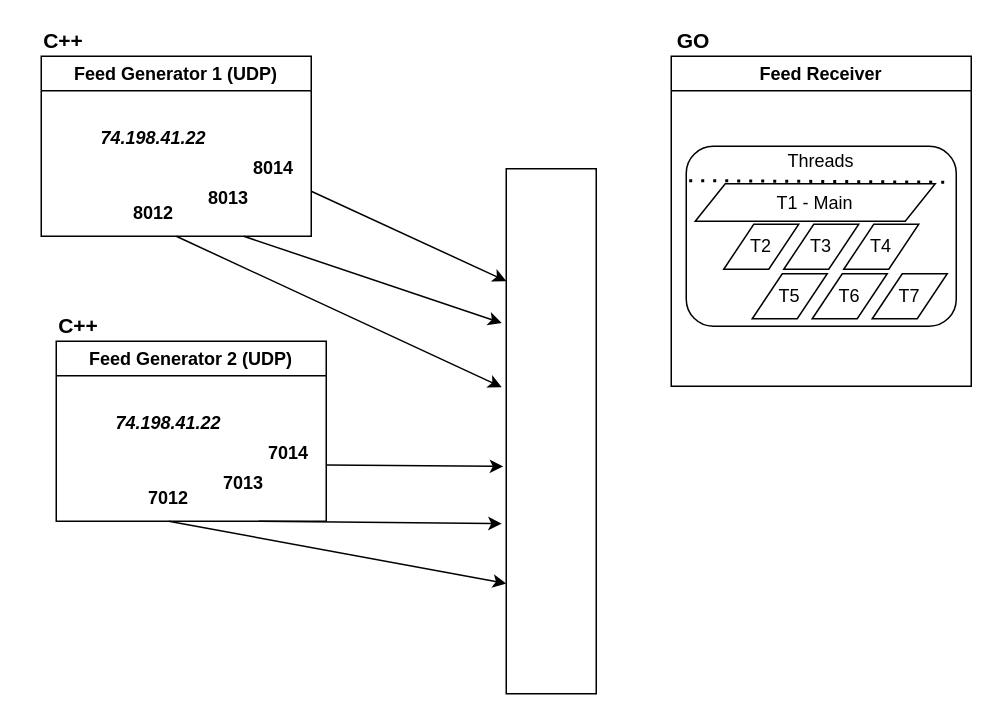
Earlier version of the draw.io diagram Untitled Diagram.drawio (divesh4u/GoLab_v1). Source tidied: cells renumbered, new cells numbered last; positions are measured from the earlier drawing's top-left corner, leaving out a move shared by most shapes. Both pictures are drawn from the tidied source at 150%, with x=0, y=0 at pixel (26, 26).
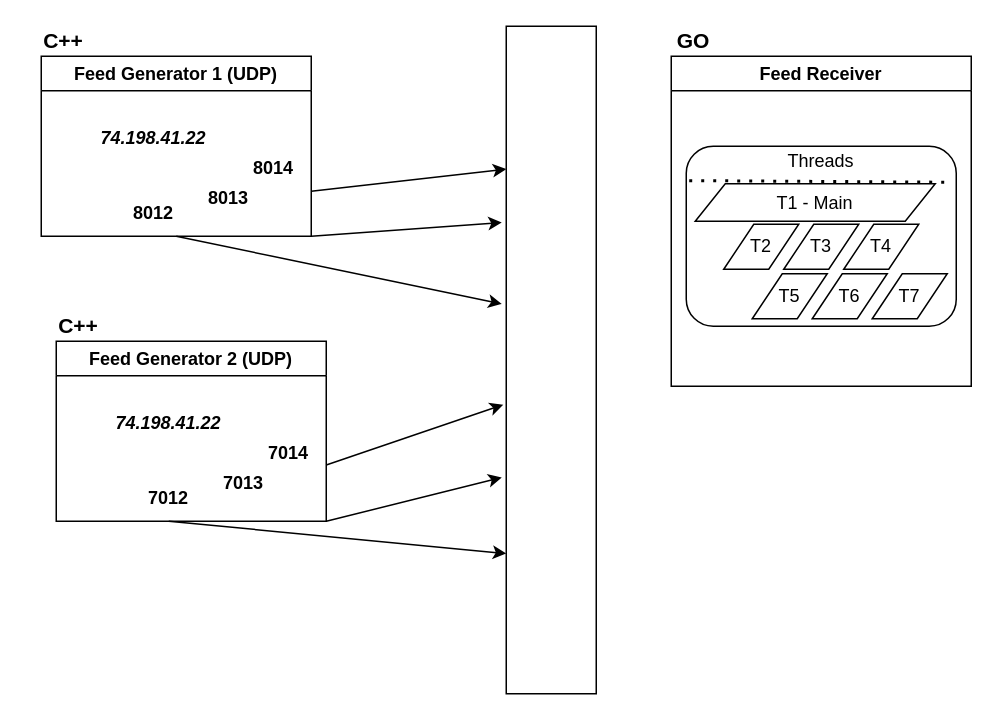
Above is the later version.

Unchanged cells that the change refers to:
```xml
<mxCell id="2" value="Feed Generator 1 (UDP)" style="swimlane;whiteSpace=wrap;html=1;" parent="1" vertex="1">
  <mxGeometry x="10" y="20" width="180" height="120" as="geometry" />
</mxCell>
<mxCell id="20" value="Feed Generator 2 (UDP)" style="swimlane;whiteSpace=wrap;html=1;" parent="1" vertex="1">
  <mxGeometry x="20" y="210" width="180" height="120" as="geometry" />
</mxCell>
```

What changed in the source:
```diff
@@
-    <mxCell id="8" style="endArrow=classic;html=1;rounded=0;exitX=0.75;exitY=1;exitDx=0;exitDy=0;entryX=-0.05;entryY=0.294;entryDx=0;entryDy=0;entryPerimeter=0;" parent="1" edge="1" source="2" target="29">
-      <mxGeometry relative="1" as="geometry" />
+    <mxCell id="8" style="endArrow=classic;html=1;rounded=0;entryX=-0.05;entryY=0.294;entryDx=0;entryDy=0;entryPerimeter=0;" parent="1" edge="1" target="29">
+      <mxGeometry relative="1" as="geometry">
+        <mxPoint x="190" y="140" as="sourcePoint" />
+      </mxGeometry>
     </mxCell>
@@
-    <mxCell id="26" style="endArrow=classic;html=1;rounded=0;exitX=0.75;exitY=1;exitDx=0;exitDy=0;entryX=-0.05;entryY=0.676;entryDx=0;entryDy=0;entryPerimeter=0;" parent="1" edge="1" source="20" target="29">
+    <mxCell id="26" style="endArrow=classic;html=1;rounded=0;exitX=1;exitY=1;exitDx=0;exitDy=0;entryX=-0.05;entryY=0.676;entryDx=0;entryDy=0;entryPerimeter=0;" parent="1" edge="1" source="20" target="29">
       <mxGeometry relative="1" as="geometry" />
     </mxCell>
@@
     <mxCell id="29" style="rounded=0;whiteSpace=wrap;html=1;" parent="1" vertex="1">
-      <mxGeometry x="320" y="95" width="60" height="350" as="geometry" />
+      <mxGeometry x="320" width="60" height="445" as="geometry" />
     </mxCell>
```
